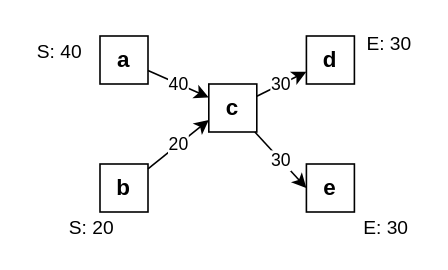
Earlier version of the draw.io diagram page "converted-dfg" (4 of 12) of official_report/pictures/IM-demo.drawio (KFDing/masterthesis). Source tidied: cells renumbered, new cells numbered last; positions are measured from the earlier drawing's top-left corner, leaving out a move shared by most shapes. Both pictures are drawn from the tidied source at 160%, with x=0, y=0 at pixel (27, 27).
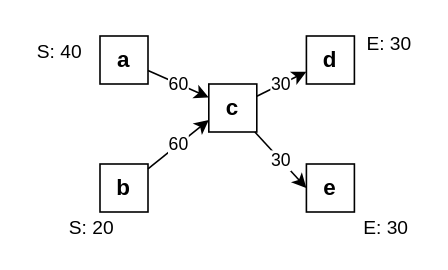
After the change.

Diff of the diagram source:
```diff
@@
 <mxGraphModel>
   <root>
     <mxCell id="0" />
     <mxCell id="1" parent="0" />
-    <mxCell id="2" value="40" style="rounded=0;jettySize=auto;html=1;" parent="1" edge="1" source="3" target="8">
+    <mxCell id="2" value="60" style="rounded=0;jettySize=auto;html=1;" parent="1" edge="1" source="3" target="8">
       <mxGeometry relative="1" as="geometry" />
     </mxCell>
     <mxCell id="3" value="&lt;font style=&quot;font-size: 14px&quot;&gt;&lt;b&gt;a&lt;/b&gt;&lt;/font&gt;" style="rounded=0;whiteSpace=wrap;html=1;fillColor=none;" parent="1" vertex="1">
       <mxGeometry x="45" y="5" width="30" height="30" as="geometry" />
     </mxCell>
-    <mxCell id="4" value="20" style="edgeStyle=none;rounded=0;jettySize=auto;html=1;entryX=0;entryY=0.75;entryDx=0;entryDy=0;" parent="1" edge="1" source="5" target="8">
+    <mxCell id="4" value="60" style="edgeStyle=none;rounded=0;jettySize=auto;html=1;entryX=0;entryY=0.75;entryDx=0;entryDy=0;" parent="1" edge="1" source="5" target="8">
       <mxGeometry relative="1" as="geometry" />
     </mxCell>
     <mxCell id="5" value="&lt;font style=&quot;font-size: 14px&quot;&gt;&lt;b&gt;b&lt;/b&gt;&lt;/font&gt;" style="rounded=0;whiteSpace=wrap;html=1;fillColor=none;" parent="1" vertex="1">
       <mxGeometry x="45" y="85" width="30" height="30" as="geometry" />
     </mxCell>
     <mxCell id="6" value="30" style="edgeStyle=none;rounded=0;jettySize=auto;html=1;" parent="1" edge="1" source="8" target="9">
       <mxGeometry relative="1" as="geometry" />
     </mxCell>
     <mxCell id="7" value="30" style="edgeStyle=none;rounded=0;jettySize=auto;html=1;entryX=0;entryY=0.5;entryDx=0;entryDy=0;" parent="1" edge="1" source="8" target="10">
       <mxGeometry relative="1" as="geometry" />
     </mxCell>
     <mxCell id="8" value="&lt;font style=&quot;font-size: 14px&quot;&gt;&lt;b&gt;c&lt;/b&gt;&lt;/font&gt;" style="rounded=0;whiteSpace=wrap;html=1;fillColor=none;" parent="1" vertex="1">
       <mxGeometry x="113" y="35" width="30" height="30" as="geometry" />
     </mxCell>
     <mxCell id="9" value="&lt;font style=&quot;font-size: 14px&quot;&gt;&lt;b&gt;d&lt;/b&gt;&lt;/font&gt;" style="rounded=0;whiteSpace=wrap;html=1;fillColor=none;" parent="1" vertex="1">
       <mxGeometry x="174" y="5" width="30" height="30" as="geometry" />
     </mxCell>
     <mxCell id="10" value="&lt;font style=&quot;font-size: 14px&quot;&gt;&lt;b&gt;e&lt;/b&gt;&lt;/font&gt;" style="rounded=0;whiteSpace=wrap;html=1;fillColor=none;" parent="1" vertex="1">
       <mxGeometry x="174" y="85" width="30" height="30" as="geometry" />
     </mxCell>
     <mxCell id="11" value="S: 40" style="text;html=1;strokeColor=none;fillColor=none;align=center;verticalAlign=middle;whiteSpace=wrap;rounded=0;" parent="1" vertex="1">
       <mxGeometry y="5" width="40" height="20" as="geometry" />
     </mxCell>
     <mxCell id="12" value="S: 20" style="text;html=1;strokeColor=none;fillColor=none;align=center;verticalAlign=middle;whiteSpace=wrap;rounded=0;" parent="1" vertex="1">
       <mxGeometry x="20" y="115" width="40" height="20" as="geometry" />
     </mxCell>
     <mxCell id="13" value="E: 30" style="text;html=1;strokeColor=none;fillColor=none;align=center;verticalAlign=middle;whiteSpace=wrap;rounded=0;" parent="1" vertex="1">
       <mxGeometry x="206" width="40" height="20" as="geometry" />
     </mxCell>
     <mxCell id="14" value="E: 30" style="text;html=1;strokeColor=none;fillColor=none;align=center;verticalAlign=middle;whiteSpace=wrap;rounded=0;" parent="1" vertex="1">
       <mxGeometry x="204" y="115" width="40" height="20" as="geometry" />
     </mxCell>
   </root>
 </mxGraphModel>
```
